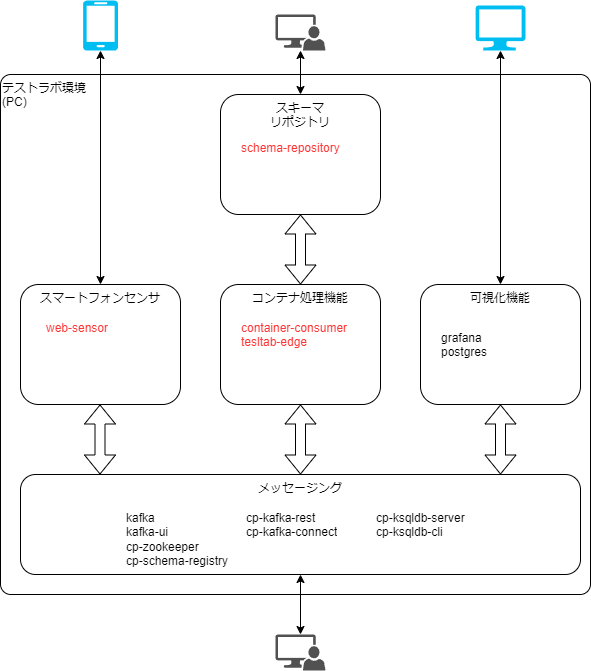
Above: docs/testlab_system/software.drawio.png in data-container-for-wearable-sensor/StartGuide (draw.io), before the change. Source tidied: cells renumbered, new cells last; positions are measured from the earlier drawing's top-left corner, leaving out a move shared by most shapes.
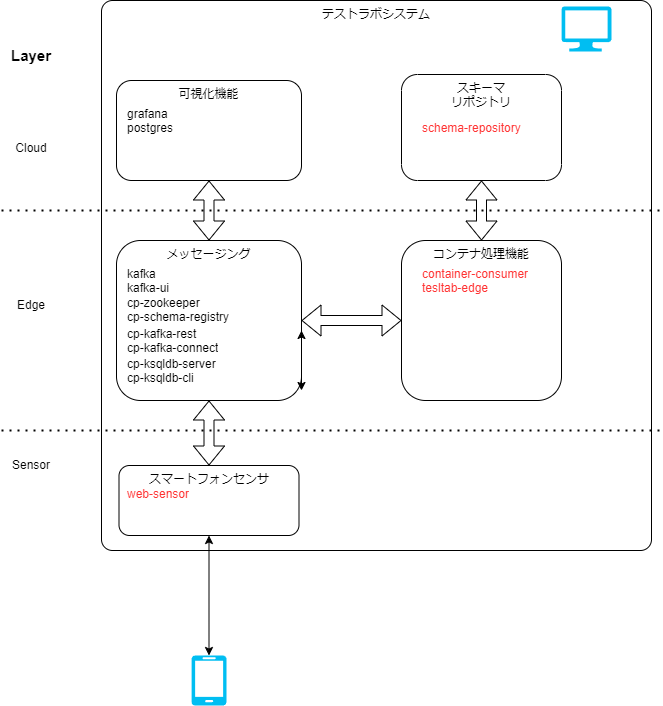
After the change.

Diff of the diagram source:
```diff
@@ -2,89 +2,95 @@
   <root>
     <mxCell id="0" />
     <mxCell id="1" parent="0" />
-    <mxCell id="2" value="テストラボ環境&lt;br&gt;(PC)" style="rounded=1;whiteSpace=wrap;html=1;arcSize=2;verticalAlign=top;align=left;" parent="1" vertex="1">
-      <mxGeometry y="74" width="590" height="520" as="geometry" />
+    <mxCell id="2" value="テストラボシステム" style="rounded=1;whiteSpace=wrap;html=1;arcSize=2;verticalAlign=top;align=center;" parent="1" vertex="1">
+      <mxGeometry y="44" width="550" height="550" as="geometry" />
     </mxCell>
     <mxCell id="3" value="メッセージング" style="rounded=1;whiteSpace=wrap;html=1;verticalAlign=top;" parent="1" vertex="1">
-      <mxGeometry x="20" y="474" width="560" height="100" as="geometry" />
+      <mxGeometry x="15" y="284" width="185" height="160" as="geometry" />
     </mxCell>
     <mxCell id="4" value="スマートフォンセンサ" style="rounded=1;whiteSpace=wrap;html=1;verticalAlign=top;" parent="1" vertex="1">
-      <mxGeometry x="20" y="284" width="160" height="120" as="geometry" />
+      <mxGeometry x="17.5" y="509" width="180" height="70" as="geometry" />
     </mxCell>
     <mxCell id="5" value="コンテナ処理機能" style="rounded=1;whiteSpace=wrap;html=1;verticalAlign=top;" parent="1" vertex="1">
-      <mxGeometry x="220" y="284" width="160" height="120" as="geometry" />
+      <mxGeometry x="300" y="284" width="160" height="160" as="geometry" />
     </mxCell>
     <mxCell id="6" value="可視化機能" style="rounded=1;whiteSpace=wrap;html=1;verticalAlign=top;" parent="1" vertex="1">
-      <mxGeometry x="420" y="284" width="160" height="120" as="geometry" />
+      <mxGeometry x="15" y="124" width="185" height="100" as="geometry" />
     </mxCell>
     <mxCell id="7" value="スキーマ&lt;br&gt;リポジトリ" style="rounded=1;whiteSpace=wrap;html=1;verticalAlign=top;" parent="1" vertex="1">
-      <mxGeometry x="220" y="94" width="160" height="120" as="geometry" />
+      <mxGeometry x="300" y="118" width="160" height="106" as="geometry" />
     </mxCell>
     <mxCell id="8" style="shape=flexArrow;endArrow=classic;startArrow=classic;html=1;entryX=0.5;entryY=1;entryDx=0;entryDy=0;exitX=0.5;exitY=0;exitDx=0;exitDy=0;" parent="1" edge="1" source="5" target="7">
       <mxGeometry relative="1" as="geometry" />
     </mxCell>
-    <mxCell id="9" style="shape=flexArrow;endArrow=classic;startArrow=classic;html=1;entryX=0.5;entryY=1;entryDx=0;entryDy=0;" parent="1" edge="1" source="3" target="5">
+    <mxCell id="9" style="shape=flexArrow;endArrow=classic;startArrow=classic;html=1;" parent="1" edge="1" source="3" target="5">
       <mxGeometry relative="1" as="geometry" />
     </mxCell>
-    <mxCell id="10" style="shape=flexArrow;endArrow=classic;startArrow=classic;html=1;entryX=0.5;entryY=1;entryDx=0;entryDy=0;" parent="1" edge="1" target="6">
-      <mxGeometry relative="1" as="geometry">
-        <mxPoint x="500" y="474" as="sourcePoint" />
-      </mxGeometry>
+    <mxCell id="10" style="shape=flexArrow;endArrow=classic;startArrow=classic;html=1;entryX=0.5;entryY=1;entryDx=0;entryDy=0;" parent="1" edge="1" source="3" target="6">
+      <mxGeometry relative="1" as="geometry" />
     </mxCell>
-    <mxCell id="11" style="shape=flexArrow;endArrow=classic;startArrow=classic;html=1;entryX=0.5;entryY=1;entryDx=0;entryDy=0;" parent="1" edge="1">
-      <mxGeometry relative="1" as="geometry">
-        <mxPoint x="99.5" y="474" as="sourcePoint" />
-        <mxPoint x="99.5" y="404" as="targetPoint" />
-      </mxGeometry>
+    <mxCell id="11" style="shape=flexArrow;endArrow=classic;startArrow=classic;html=1;" parent="1" edge="1" source="4" target="3">
+      <mxGeometry relative="1" as="geometry" />
     </mxCell>
     <mxCell id="12" value="kafka&lt;br&gt;kafka-ui&lt;br&gt;cp-zookeeper&lt;br&gt;cp-schema-registry" style="text;strokeColor=none;fillColor=none;align=left;verticalAlign=top;spacingLeft=4;spacingRight=4;overflow=hidden;whiteSpace=wrap;html=1;" parent="1" vertex="1">
-      <mxGeometry x="120" y="504" width="130" height="60" as="geometry" />
+      <mxGeometry x="20" y="304" width="130" height="60" as="geometry" />
     </mxCell>
     <mxCell id="13" value="cp-kafka-rest&lt;br&gt;cp-kafka-connect&lt;br&gt;" style="text;strokeColor=none;fillColor=none;align=left;verticalAlign=top;spacingLeft=4;spacingRight=4;overflow=hidden;whiteSpace=wrap;html=1;" parent="1" vertex="1">
-      <mxGeometry x="240" y="504" width="130" height="60" as="geometry" />
+      <mxGeometry x="20" y="364" width="130" height="60" as="geometry" />
     </mxCell>
     <mxCell id="14" value="cp-ksqldb-server&lt;br&gt;cp-ksqldb-cli" style="text;strokeColor=none;fillColor=none;align=left;verticalAlign=top;spacingLeft=4;spacingRight=4;overflow=hidden;whiteSpace=wrap;html=1;" parent="1" vertex="1">
-      <mxGeometry x="370" y="504" width="130" height="60" as="geometry" />
+      <mxGeometry x="20" y="394" width="130" height="40" as="geometry" />
     </mxCell>
     <mxCell id="15" value="grafana&lt;br&gt;postgres" style="text;strokeColor=none;fillColor=none;align=left;verticalAlign=top;spacingLeft=4;spacingRight=4;overflow=hidden;whiteSpace=wrap;html=1;" parent="1" vertex="1">
-      <mxGeometry x="435" y="324" width="130" height="60" as="geometry" />
+      <mxGeometry x="20" y="144" width="130" height="60" as="geometry" />
     </mxCell>
     <mxCell id="16" value="schema-repository" style="text;strokeColor=none;fillColor=none;align=left;verticalAlign=top;spacingLeft=4;spacingRight=4;overflow=hidden;whiteSpace=wrap;html=1;fontColor=#FF3333;" parent="1" vertex="1">
-      <mxGeometry x="235" y="134" width="130" height="60" as="geometry" />
+      <mxGeometry x="315" y="158" width="130" height="26" as="geometry" />
     </mxCell>
     <mxCell id="17" value="web-sensor" style="text;strokeColor=none;fillColor=none;align=left;verticalAlign=top;spacingLeft=4;spacingRight=4;overflow=hidden;whiteSpace=wrap;html=1;fontColor=#FF3333;" parent="1" vertex="1">
-      <mxGeometry x="40" y="314" width="130" height="60" as="geometry" />
+      <mxGeometry x="20" y="524" width="130" height="30" as="geometry" />
     </mxCell>
     <mxCell id="18" value="container-consumer&lt;br&gt;tesltab-edge&lt;br&gt;" style="text;align=left;verticalAlign=top;spacingLeft=4;spacingRight=4;overflow=hidden;whiteSpace=wrap;html=1;fontColor=#FF3333;" parent="1" vertex="1">
-      <mxGeometry x="235" y="314" width="130" height="60" as="geometry" />
+      <mxGeometry x="315" y="304" width="130" height="60" as="geometry" />
     </mxCell>
-    <mxCell id="19" style="edgeStyle=none;html=1;exitX=0.5;exitY=1;exitDx=0;exitDy=0;exitPerimeter=0;fontColor=#FF3333;startArrow=classic;startFill=1;" parent="1" edge="1" source="20" target="4">
+    <mxCell id="19" style="edgeStyle=none;html=1;fontColor=#FF3333;startArrow=classic;startFill=1;" parent="1" edge="1" source="20" target="4">
       <mxGeometry relative="1" as="geometry" />
     </mxCell>
     <mxCell id="20" style="verticalLabelPosition=bottom;html=1;verticalAlign=top;align=center;strokeColor=none;fillColor=#00BEF2;shape=mxgraph.azure.mobile;" parent="1" vertex="1">
-      <mxGeometry x="82.5" width="35" height="50" as="geometry" />
+      <mxGeometry x="90" y="699" width="35" height="50" as="geometry" />
     </mxCell>
-    <mxCell id="21" style="edgeStyle=none;html=1;fontColor=#FF3333;startArrow=classic;startFill=1;" parent="1" edge="1" source="22" target="6">
-      <mxGeometry relative="1" as="geometry" />
-    </mxCell>
     <mxCell id="22" style="verticalLabelPosition=bottom;html=1;verticalAlign=top;align=center;strokeColor=none;fillColor=#00BEF2;shape=mxgraph.azure.computer;" parent="1" vertex="1">
-      <mxGeometry x="475" y="5" width="50" height="45" as="geometry" />
+      <mxGeometry x="460" y="50" width="50" height="45" as="geometry" />
     </mxCell>
-    <mxCell id="23" style="edgeStyle=none;html=1;fontColor=#FF3333;startArrow=classic;startFill=1;" parent="1" edge="1" source="24">
-      <mxGeometry relative="1" as="geometry">
-        <mxPoint x="300" y="94" as="targetPoint" />
-      </mxGeometry>
-    </mxCell>
-    <mxCell id="24" style="sketch=0;shadow=0;dashed=0;html=1;strokeColor=none;labelPosition=center;verticalLabelPosition=bottom;verticalAlign=top;align=center;fillColor=#515151;shape=mxgraph.mscae.system_center.admin_console;fontColor=#FF3333;" parent="1" vertex="1">
-      <mxGeometry x="275" y="14" width="50" height="36" as="geometry" />
-    </mxCell>
-    <mxCell id="25" style="edgeStyle=none;html=1;fontColor=#FF3333;startArrow=classic;startFill=1;" parent="1" edge="1" source="26">
+    <mxCell id="25" style="edgeStyle=none;html=1;fontColor=#FF3333;startArrow=classic;startFill=1;" parent="1" edge="1">
       <mxGeometry relative="1" as="geometry">
-        <mxPoint x="300" y="574" as="targetPoint" />
+        <mxPoint x="200" y="434" as="sourcePoint" />
+        <mxPoint x="200" y="374" as="targetPoint" />
       </mxGeometry>
     </mxCell>
-    <mxCell id="26" style="sketch=0;shadow=0;dashed=0;html=1;strokeColor=none;labelPosition=center;verticalLabelPosition=bottom;verticalAlign=top;align=center;fillColor=#515151;shape=mxgraph.mscae.system_center.admin_console;fontColor=#FF3333;" parent="1" vertex="1">
-      <mxGeometry x="275" y="634" width="50" height="36" as="geometry" />
-    </mxCell>
+    <mxCell id="27" style="endArrow=none;dashed=1;html=1;dashPattern=1 3;strokeWidth=2;" parent="1" edge="1">
+      <mxGeometry relative="1" as="geometry">
+        <mxPoint x="-100" y="254" as="sourcePoint" />
+        <mxPoint x="560" y="254" as="targetPoint" />
+      </mxGeometry>
+    </mxCell>
+    <mxCell id="28" style="endArrow=none;dashed=1;html=1;dashPattern=1 3;strokeWidth=2;" parent="1" edge="1">
+      <mxGeometry relative="1" as="geometry">
+        <mxPoint x="-100" y="474" as="sourcePoint" />
+        <mxPoint x="560" y="474" as="targetPoint" />
+      </mxGeometry>
+    </mxCell>
+    <mxCell id="29" value="Cloud" style="text;html=1;strokeColor=none;fillColor=none;align=center;verticalAlign=middle;whiteSpace=wrap;rounded=0;" parent="1" vertex="1">
+      <mxGeometry x="-100" y="176.5" width="60" height="30" as="geometry" />
+    </mxCell>
+    <mxCell id="30" value="Layer" style="text;html=1;strokeColor=none;fillColor=none;align=center;verticalAlign=middle;whiteSpace=wrap;rounded=0;fontStyle=1;fontSize=15;" parent="1" vertex="1">
+      <mxGeometry x="-100" y="84" width="60" height="30" as="geometry" />
+    </mxCell>
+    <mxCell id="31" value="Edge" style="text;html=1;strokeColor=none;fillColor=none;align=center;verticalAlign=middle;whiteSpace=wrap;rounded=0;" parent="1" vertex="1">
+      <mxGeometry x="-100" y="334" width="60" height="30" as="geometry" />
+    </mxCell>
+    <mxCell id="32" value="Sensor" style="text;html=1;strokeColor=none;fillColor=none;align=center;verticalAlign=middle;whiteSpace=wrap;rounded=0;" parent="1" vertex="1">
+      <mxGeometry x="-100" y="494" width="60" height="30" as="geometry" />
+    </mxCell>
   </root>
 </mxGraphModel>
```
